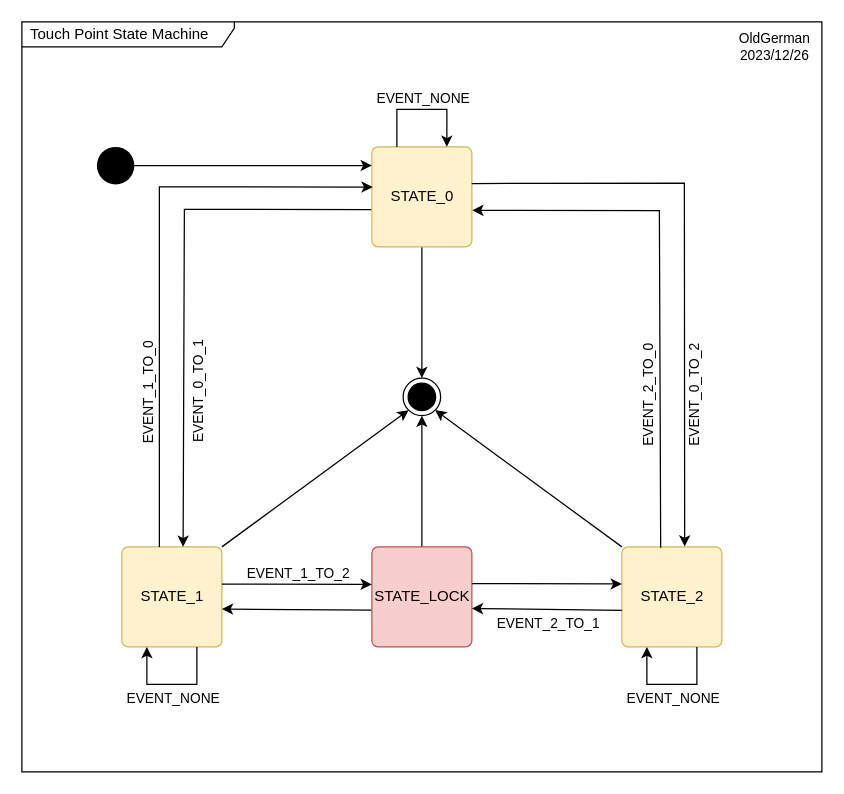
Above: H750IBK6_LCD_RGB_SPI_720x720_HD395004C40_02/Images/TouchPointFSM.drawio in oldgerman/workspace_H7 (draw.io), before the change. Source tidied: cells renumbered, new cells numbered last; positions are measured from the earlier drawing's top-left corner, leaving out a move shared by most shapes. Both pictures are drawn from the tidied source at 125%, with x=0, y=0 at pixel (21, 21).
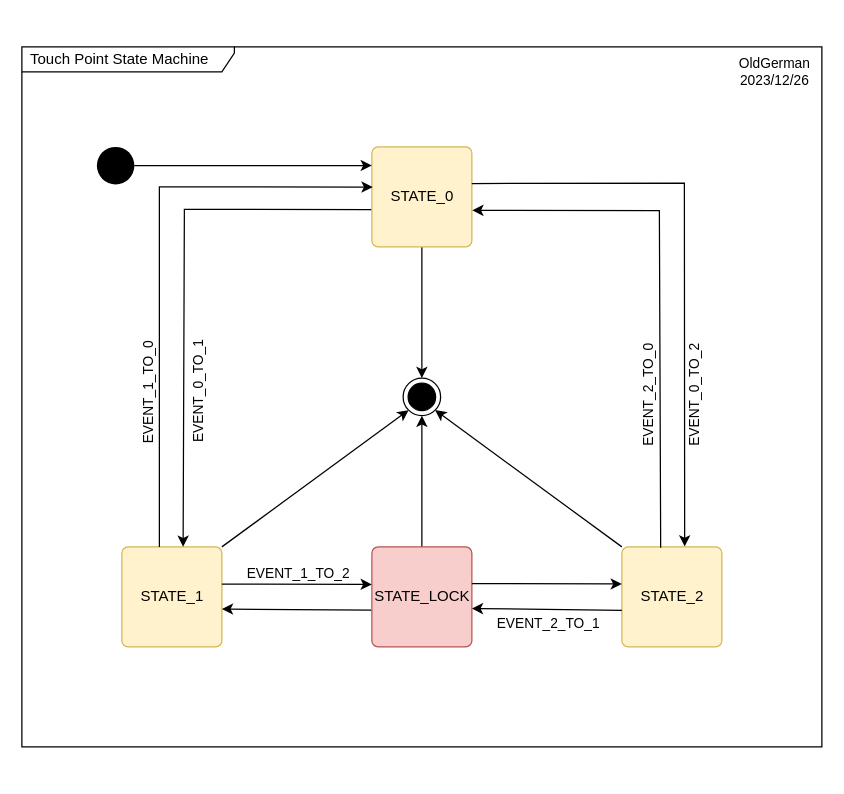
The same diagram, later.

Unchanged cells that the change refers to:
```xml
<mxCell id="4" value="STATE_0" style="html=1;align=center;verticalAlign=middle;rounded=1;absoluteArcSize=1;arcSize=10;dashed=0;fillColor=#fff2cc;strokeColor=#d6b656;" parent="1" vertex="1">
  <mxGeometry x="280" y="100" width="80" height="80" as="geometry" />
</mxCell>
<mxCell id="8" value="STATE_2" style="html=1;align=center;verticalAlign=middle;rounded=1;absoluteArcSize=1;arcSize=10;dashed=0;fillColor=#fff2cc;strokeColor=#d6b656;" parent="1" vertex="1">
  <mxGeometry x="480" y="420" width="80" height="80" as="geometry" />
</mxCell>
```

The edit, as a diff of the source:
```diff
@@
     <mxCell id="2" value="Touch Point State Machine" style="shape=umlFrame;whiteSpace=wrap;html=1;width=170;height=20;boundedLbl=1;verticalAlign=middle;align=left;spacingLeft=5;fontColor=#000000;fillColor=default;" parent="1" vertex="1">
-      <mxGeometry width="640" height="600" as="geometry" />
+      <mxGeometry y="20" width="640" height="560" as="geometry" />
     </mxCell>
@@
-    <mxCell id="20" style="endArrow=classic;html=1;rounded=0;entryX=0.75;entryY=0;entryDx=0;entryDy=0;exitX=0.25;exitY=0;exitDx=0;exitDy=0;" parent="1" edge="1" source="4" target="4">
-      <mxGeometry relative="1" as="geometry">
-        <Array as="points">
-          <mxPoint x="300" y="70" />
-          <mxPoint x="340" y="70" />
-        </Array>
-      </mxGeometry>
-    </mxCell>
-    <mxCell id="21" style="endArrow=classic;html=1;rounded=0;entryX=0.25;entryY=1;entryDx=0;entryDy=0;exitX=0.75;exitY=1;exitDx=0;exitDy=0;" parent="1" edge="1" source="8" target="8">
-      <mxGeometry relative="1" as="geometry">
-        <Array as="points">
-          <mxPoint x="540" y="530" />
-          <mxPoint x="500" y="530" />
-        </Array>
-      </mxGeometry>
-    </mxCell>
-    <mxCell id="22" style="endArrow=classic;html=1;rounded=0;entryX=0.25;entryY=1;entryDx=0;entryDy=0;exitX=0.75;exitY=1;exitDx=0;exitDy=0;" parent="1" edge="1">
-      <mxGeometry relative="1" as="geometry">
-        <mxPoint x="140" y="500" as="sourcePoint" />
-        <mxPoint x="100" y="500" as="targetPoint" />
-        <Array as="points">
-          <mxPoint x="140" y="530" />
-          <mxPoint x="100" y="530" />
-        </Array>
-      </mxGeometry>
-    </mxCell>
@@
-    <mxCell id="25" value="EVENT_NONE" style="edgeLabel;html=1;align=center;verticalAlign=middle;" parent="1" vertex="1">
-      <mxGeometry x="320" y="60" as="geometry" />
-    </mxCell>
-    <mxCell id="26" value="EVENT_NONE" style="edgeLabel;html=1;align=center;verticalAlign=middle;" parent="1" vertex="1">
-      <mxGeometry x="120" y="540" as="geometry" />
-    </mxCell>
-    <mxCell id="27" value="EVENT_NONE" style="edgeLabel;html=1;align=center;verticalAlign=middle;" parent="1" vertex="1">
-      <mxGeometry x="520" y="540" as="geometry" />
-    </mxCell>
@@
     <mxCell id="34" value="OldGerman&lt;br&gt;2023/12/26" style="edgeLabel;html=1;align=center;verticalAlign=middle;" parent="1" vertex="1">
-      <mxGeometry x="630" y="30" as="geometry">
+      <mxGeometry x="630" y="50" as="geometry">
         <mxPoint x="-29" y="-11" as="offset" />
       </mxGeometry>
     </mxCell>
```
